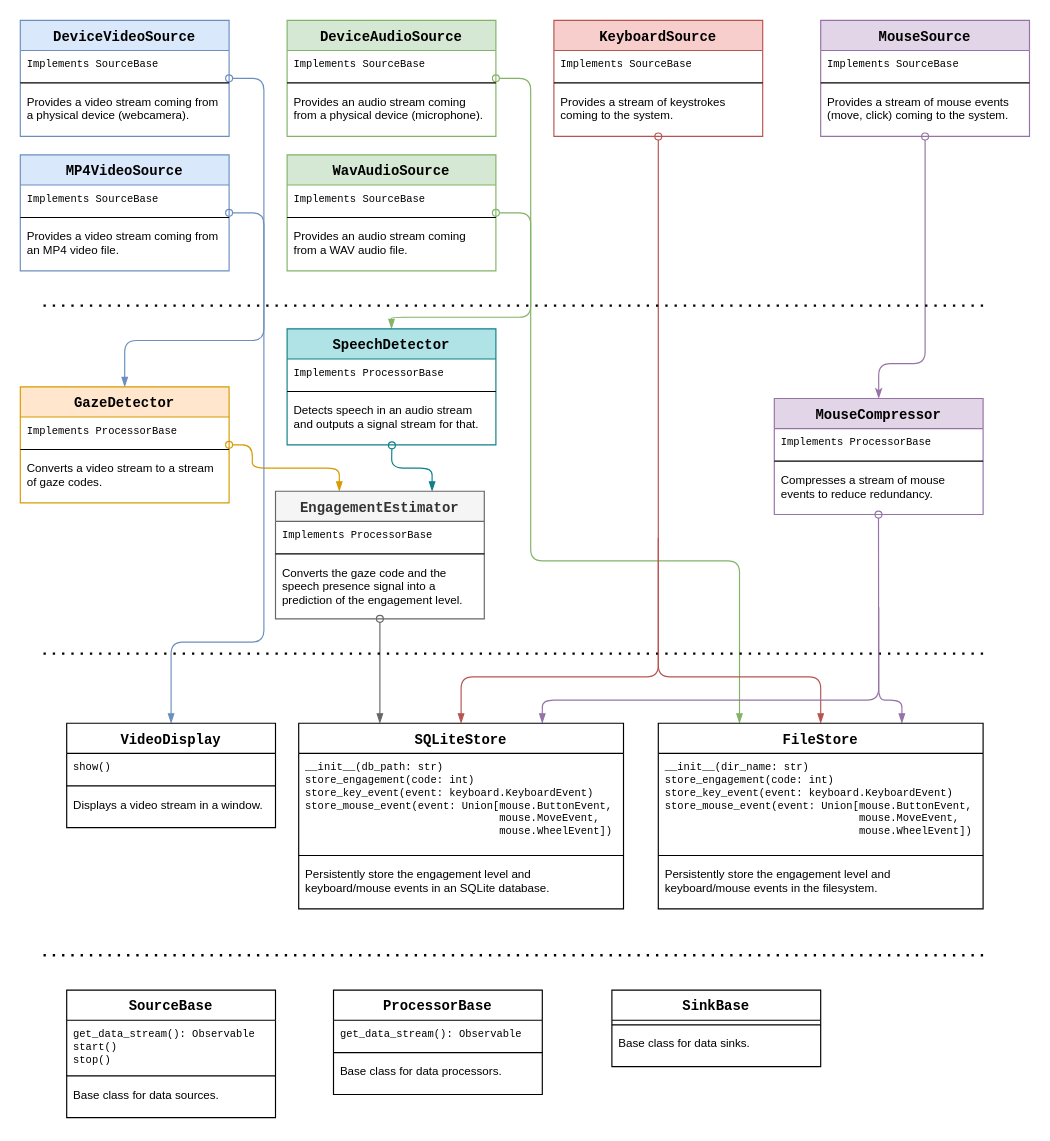
Above: documents/architecture.drawio in IamMaxim/vigilant-palm-tree (draw.io), before the change. Source tidied: cells renumbered, new cells numbered last; positions are measured from the earlier drawing's top-left corner, leaving out a move shared by most shapes. Both pictures are drawn from the tidied source at 116%, with x=0, y=0 at pixel (20, 20).
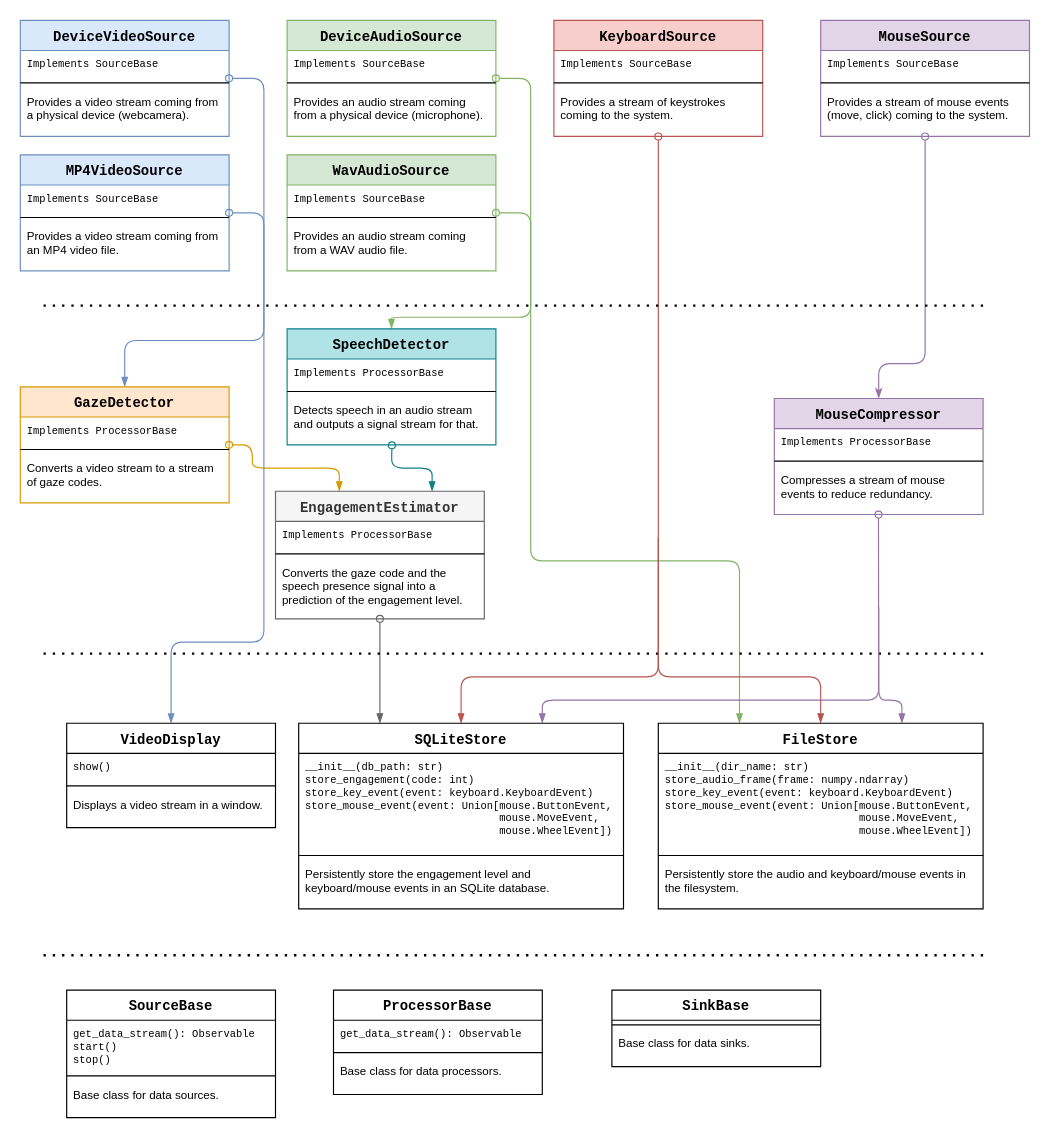
After the change.

Commit message:
Update the signatures of FileStore

The change refers to these unchanged cells:
```xml
<mxCell id="61" value="FileStore" style="swimlane;fontStyle=1;align=center;verticalAlign=top;horizontal=1;startSize=26;fontFamily=Courier New;" parent="1" vertex="1">
  <mxGeometry x="550" y="606" width="280" height="160" as="geometry" />
</mxCell>
```

The edit, as a diff of the source:
```diff
@@
-    <mxCell id="62" value="__init__(dir_name: str)&#10;store_engagement(code: int)&#10;store_key_event(event: keyboard.KeyboardEvent)&#10;store_mouse_event(event: Union[mouse.ButtonEvent,&#10;                               mouse.MoveEvent,&#10;                               mouse.WheelEvent])" style="text;strokeColor=none;fillColor=none;align=left;verticalAlign=top;spacingLeft=4;spacingRight=4;overflow=hidden;fontFamily=Courier New;fontSize=9;" parent="61" vertex="1">
+    <mxCell id="62" value="__init__(dir_name: str)&#10;store_audio_frame(frame: numpy.ndarray)&#10;store_key_event(event: keyboard.KeyboardEvent)&#10;store_mouse_event(event: Union[mouse.ButtonEvent,&#10;                               mouse.MoveEvent,&#10;                               mouse.WheelEvent])" style="text;strokeColor=none;fillColor=none;align=left;verticalAlign=top;spacingLeft=4;spacingRight=4;overflow=hidden;fontFamily=Courier New;fontSize=9;" parent="61" vertex="1">
       <mxGeometry y="26" width="280" height="84" as="geometry" />
     </mxCell>
@@
-    <mxCell id="64" value="Persistently store the engagement level and keyboard/mouse events in the filesystem." style="text;strokeColor=none;fillColor=none;align=left;verticalAlign=top;spacingLeft=4;spacingRight=4;overflow=hidden;fontSize=10;whiteSpace=wrap;" parent="61" vertex="1">
+    <mxCell id="64" value="Persistently store the audio and keyboard/mouse events in the filesystem." style="text;strokeColor=none;fillColor=none;align=left;verticalAlign=top;spacingLeft=4;spacingRight=4;overflow=hidden;fontSize=10;whiteSpace=wrap;" parent="61" vertex="1">
       <mxGeometry y="118" width="280" height="42" as="geometry" />
     </mxCell>
```
